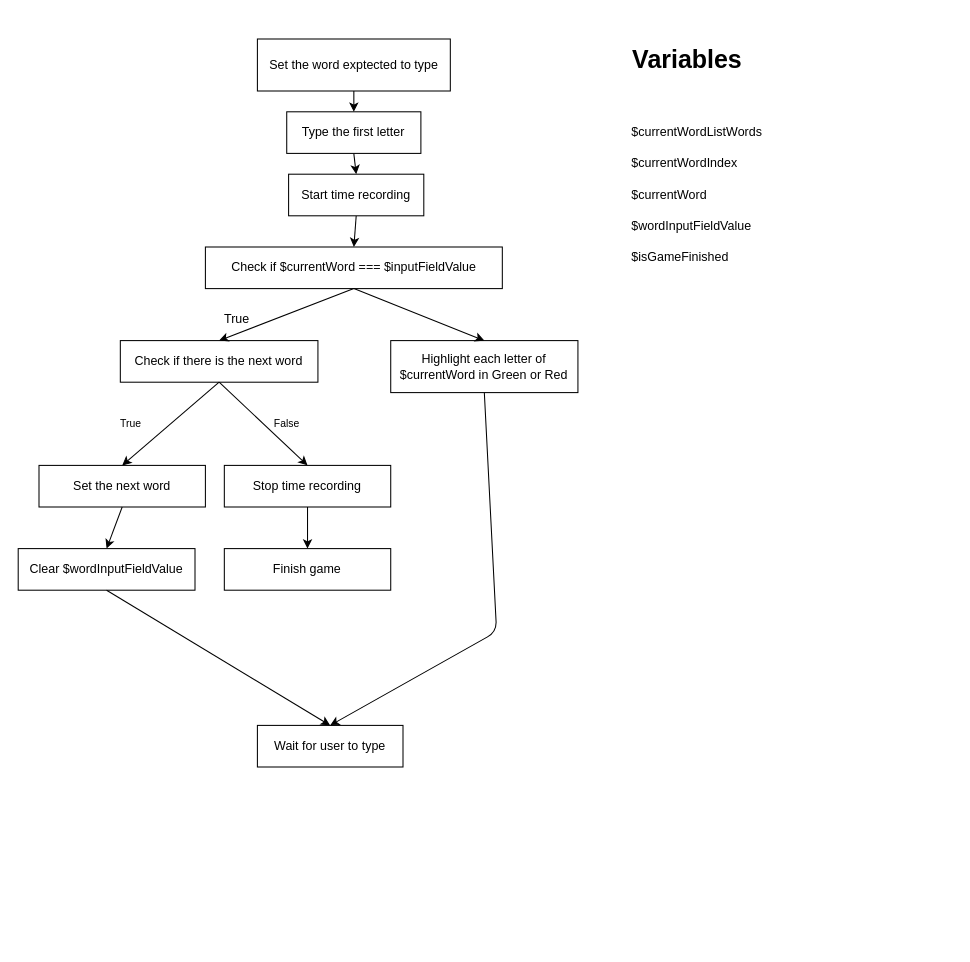
Ryu432DHU/typeit-vue3 keeps this draw.io diagram as Home.vue.drawio. Above is the earlier version. Source tidied: cells renumbered, new cells numbered last; positions are measured from the earlier drawing's top-left corner, leaving out a move shared by most shapes. Both pictures are drawn from the tidied source at 104%, with x=0, y=0 at pixel (18, 38).
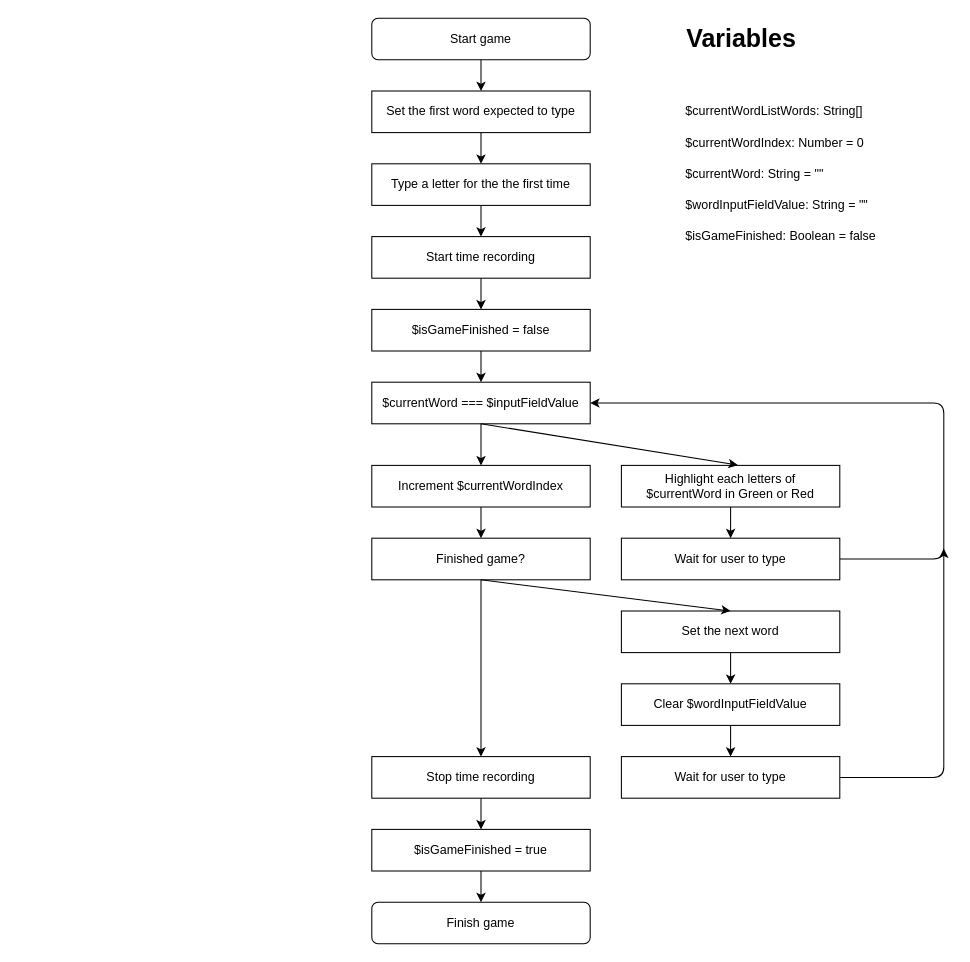
The same page after the edit.

Commit message:
Improve Flowchart

Diff of the diagram source:
```diff
@@
-    <mxCell id="3" value="Type the first letter" style="rounded=0;whiteSpace=wrap;html=1;" parent="1" vertex="1">
-      <mxGeometry x="258.2" y="70" width="129" height="40" as="geometry" />
+    <mxCell id="3" value="Type a letter for the the first time" style="rounded=0;whiteSpace=wrap;html=1;" parent="1" vertex="1">
+      <mxGeometry x="340" y="120" width="210" height="40" as="geometry" />
     </mxCell>
-    <mxCell id="4" style="edgeStyle=none;html=1;exitX=0.5;exitY=1;exitDx=0;exitDy=0;entryX=0.5;entryY=0;entryDx=0;entryDy=0;" parent="1" edge="1" source="5" target="16">
-      <mxGeometry relative="1" as="geometry" />
-    </mxCell>
+    <mxCell id="33" style="edgeStyle=none;html=1;exitX=0.5;exitY=1;exitDx=0;exitDy=0;entryX=0.5;entryY=0;entryDx=0;entryDy=0;" parent="1" edge="1" source="5" target="32">
+      <mxGeometry relative="1" as="geometry" />
+    </mxCell>
-    <mxCell id="5" value="Start time recording" style="rounded=0;whiteSpace=wrap;html=1;" parent="1" vertex="1">
-      <mxGeometry x="260" y="130" width="130" height="40" as="geometry" />
+    <mxCell id="5" value="Start time recording" style="rounded=0;whiteSpace=wrap;html=1;fillColor=none;" parent="1" vertex="1">
+      <mxGeometry x="340" y="190" width="210" height="40" as="geometry" />
     </mxCell>
-    <mxCell id="6" style="edgeStyle=none;html=1;exitX=0.5;exitY=1;exitDx=0;exitDy=0;entryX=0.5;entryY=0;entryDx=0;entryDy=0;" parent="1" edge="1" source="7" target="3">
-      <mxGeometry relative="1" as="geometry" />
-    </mxCell>
-    <mxCell id="7" value="Set the word exptected to type" style="rounded=0;whiteSpace=wrap;html=1;" parent="1" vertex="1">
-      <mxGeometry x="230" width="185.5" height="50" as="geometry" />
-    </mxCell>
     <mxCell id="8" value="Variables" style="text;strokeColor=none;fillColor=none;html=1;fontSize=24;fontStyle=1;verticalAlign=middle;align=center;" parent="1" vertex="1">
-      <mxGeometry x="593.2" width="100" height="40" as="geometry" />
+      <mxGeometry x="645" y="-20" width="100" height="40" as="geometry" />
     </mxCell>
-    <mxCell id="9" value="$currentWordListWords&lt;br&gt;" style="text;html=1;align=left;verticalAlign=middle;strokeColor=none;fillColor=none;" parent="1" vertex="1">
-      <mxGeometry x="588.2" y="80" width="140" height="20" as="geometry" />
+    <mxCell id="9" value="$currentWordListWords: String[]" style="text;html=1;align=left;verticalAlign=middle;strokeColor=none;fillColor=none;" parent="1" vertex="1">
+      <mxGeometry x="640" y="60" width="190" height="20" as="geometry" />
     </mxCell>
-    <mxCell id="10" value="$currentWordIndex" style="text;html=1;align=left;verticalAlign=middle;strokeColor=none;fillColor=none;" parent="1" vertex="1">
-      <mxGeometry x="588.2" y="110" width="120" height="20" as="geometry" />
+    <mxCell id="10" value="$currentWordIndex: Number = 0" style="text;html=1;align=left;verticalAlign=middle;strokeColor=none;fillColor=none;" parent="1" vertex="1">
+      <mxGeometry x="640" y="90" width="190" height="20" as="geometry" />
     </mxCell>
-    <mxCell id="11" value="$currentWord" style="text;html=1;align=left;verticalAlign=middle;strokeColor=none;fillColor=none;" parent="1" vertex="1">
-      <mxGeometry x="588.2" y="140" width="90" height="20" as="geometry" />
+    <mxCell id="11" value="$currentWord: String = &quot;&quot;" style="text;html=1;align=left;verticalAlign=middle;strokeColor=none;fillColor=none;" parent="1" vertex="1">
+      <mxGeometry x="640" y="120" width="150" height="20" as="geometry" />
     </mxCell>
-    <mxCell id="12" value="$wordInputFieldValue" style="text;html=1;align=left;verticalAlign=middle;strokeColor=none;fillColor=none;" parent="1" vertex="1">
-      <mxGeometry x="588.2" y="170" width="130" height="20" as="geometry" />
+    <mxCell id="12" value="$wordInputFieldValue: String = &quot;&quot;" style="text;html=1;align=left;verticalAlign=middle;strokeColor=none;fillColor=none;" parent="1" vertex="1">
+      <mxGeometry x="640" y="150" width="190" height="20" as="geometry" />
     </mxCell>
-    <mxCell id="13" value="$isGameFinished" style="text;html=1;align=left;verticalAlign=middle;strokeColor=none;fillColor=none;" parent="1" vertex="1">
-      <mxGeometry x="588.2" y="200" width="110" height="20" as="geometry" />
+    <mxCell id="13" value="$isGameFinished: Boolean = false" style="text;html=1;align=left;verticalAlign=middle;strokeColor=none;fillColor=none;" parent="1" vertex="1">
+      <mxGeometry x="640" y="180" width="200" height="20" as="geometry" />
     </mxCell>
-    <mxCell id="14" style="edgeStyle=none;html=1;exitX=0.5;exitY=1;exitDx=0;exitDy=0;entryX=0.5;entryY=0;entryDx=0;entryDy=0;fontSize=10;" parent="1" edge="1" source="16" target="21">
+    <mxCell id="14" style="edgeStyle=none;html=1;exitX=0.5;exitY=1;exitDx=0;exitDy=0;entryX=0.5;entryY=0;entryDx=0;entryDy=0;" parent="1" edge="1" source="16" target="21">
       <mxGeometry relative="1" as="geometry" />
     </mxCell>
-    <mxCell id="15" style="edgeStyle=none;html=1;exitX=0.5;exitY=1;exitDx=0;exitDy=0;entryX=0.5;entryY=0;entryDx=0;entryDy=0;fontSize=12;" parent="1" edge="1" source="16" target="18">
+    <mxCell id="15" style="edgeStyle=none;html=1;exitX=0.5;exitY=1;exitDx=0;exitDy=0;entryX=0.533;entryY=-0.008;entryDx=0;entryDy=0;entryPerimeter=0;" parent="1" edge="1" source="16" target="18">
       <mxGeometry relative="1" as="geometry" />
     </mxCell>
-    <mxCell id="16" value="Check if $currentWord === $inputFieldValue" style="rounded=0;whiteSpace=wrap;html=1;fillColor=none;" parent="1" vertex="1">
-      <mxGeometry x="180" y="200" width="285.5" height="40" as="geometry" />
+    <mxCell id="16" value="$currentWord === $inputFieldValue" style="rounded=0;whiteSpace=wrap;html=1;fillColor=none;" parent="1" vertex="1">
+      <mxGeometry x="340" y="330" width="210" height="40" as="geometry" />
     </mxCell>
     <mxCell id="17" style="edgeStyle=none;html=1;exitX=0.5;exitY=1;exitDx=0;exitDy=0;entryX=0.5;entryY=0;entryDx=0;entryDy=0;" parent="1" edge="1" source="18" target="29">
-      <mxGeometry relative="1" as="geometry">
-        <Array as="points">
-          <mxPoint x="460" y="570" />
-        </Array>
-      </mxGeometry>
+      <mxGeometry relative="1" as="geometry" />
     </mxCell>
-    <mxCell id="18" value="&lt;font style=&quot;font-size: 12px&quot;&gt;Highlight each letter of &lt;br&gt;$currentWord in Green or Red&lt;/font&gt;" style="rounded=0;whiteSpace=wrap;html=1;fillColor=none;" parent="1" vertex="1">
-      <mxGeometry x="358.2" y="290" width="180" height="50" as="geometry" />
+    <mxCell id="18" value="&lt;font style=&quot;font-size: 12px&quot;&gt;Highlight each letters of &lt;br&gt;$currentWord in Green or Red&lt;/font&gt;" style="rounded=0;whiteSpace=wrap;html=1;fillColor=none;" parent="1" vertex="1">
+      <mxGeometry x="580" y="410" width="210" height="40" as="geometry" />
     </mxCell>
-    <mxCell id="19" style="edgeStyle=none;html=1;exitX=0.5;exitY=1;exitDx=0;exitDy=0;entryX=0.5;entryY=0;entryDx=0;entryDy=0;fontSize=10;" parent="1" edge="1" source="21" target="23">
-      <mxGeometry relative="1" as="geometry" />
-    </mxCell>
-    <mxCell id="20" style="edgeStyle=none;html=1;exitX=0.5;exitY=1;exitDx=0;exitDy=0;entryX=0.5;entryY=0;entryDx=0;entryDy=0;fontSize=10;" parent="1" edge="1" source="21" target="26">
-      <mxGeometry relative="1" as="geometry" />
-    </mxCell>
+    <mxCell id="34" style="edgeStyle=none;html=1;exitX=0.5;exitY=1;exitDx=0;exitDy=0;entryX=0.5;entryY=0;entryDx=0;entryDy=0;" parent="1" edge="1" source="21" target="43">
+      <mxGeometry relative="1" as="geometry" />
+    </mxCell>
-    <mxCell id="21" value="&lt;font style=&quot;font-size: 12px&quot;&gt;Check if there is the next word&lt;/font&gt;" style="whiteSpace=wrap;html=1;fontSize=10;fillColor=none;glass=0;spacingTop=0;spacingLeft=0;labelBorderColor=none;spacing=0;" parent="1" vertex="1">
-      <mxGeometry x="98.2" y="290" width="190" height="40" as="geometry" />
+    <mxCell id="21" value="&lt;span style=&quot;font-size: 12px&quot;&gt;Increment $currentWordIndex&lt;/span&gt;" style="whiteSpace=wrap;html=1;fontSize=10;fillColor=none;glass=0;spacingTop=0;spacingLeft=0;labelBorderColor=none;spacing=0;" parent="1" vertex="1">
+      <mxGeometry x="340" y="410" width="210" height="40" as="geometry" />
     </mxCell>
-    <mxCell id="22" style="edgeStyle=none;html=1;exitX=0.5;exitY=1;exitDx=0;exitDy=0;entryX=0.5;entryY=0;entryDx=0;entryDy=0;fontSize=12;" parent="1" edge="1" source="23" target="31">
+    <mxCell id="22" style="edgeStyle=none;html=1;exitX=0.5;exitY=1;exitDx=0;exitDy=0;entryX=0.5;entryY=0;entryDx=0;entryDy=0;" parent="1" edge="1" source="23" target="31">
       <mxGeometry relative="1" as="geometry" />
     </mxCell>
     <mxCell id="23" value="Set the next word" style="whiteSpace=wrap;html=1;fontSize=12;fillColor=none;glass=0;spacingTop=0;spacingLeft=0;labelBorderColor=none;spacing=0;" parent="1" vertex="1">
-      <mxGeometry x="20" y="410" width="160" height="40" as="geometry" />
+      <mxGeometry x="580" y="550" width="210" height="40" as="geometry" />
     </mxCell>
+    <mxCell id="35" style="edgeStyle=none;html=1;exitX=0.5;exitY=1;exitDx=0;exitDy=0;entryX=0.5;entryY=0;entryDx=0;entryDy=0;" parent="1" edge="1" source="26" target="45">
+      <mxGeometry relative="1" as="geometry" />
+    </mxCell>
+    <mxCell id="26" value="Stop time recording" style="whiteSpace=wrap;html=1;fontSize=12;fillColor=none;glass=0;spacingTop=0;spacingLeft=0;labelBorderColor=none;spacing=0;" parent="1" vertex="1">
+      <mxGeometry x="340" y="690" width="210" height="40" as="geometry" />
+    </mxCell>
+    <mxCell id="36" style="edgeStyle=none;html=1;exitX=1;exitY=0.5;exitDx=0;exitDy=0;entryX=1;entryY=0.5;entryDx=0;entryDy=0;" parent="1" edge="1" source="29" target="16">
+      <mxGeometry relative="1" as="geometry">
+        <Array as="points">
+          <mxPoint x="890" y="500" />
+          <mxPoint x="890" y="350" />
+        </Array>
+      </mxGeometry>
+    </mxCell>
+    <mxCell id="29" value="Wait for user to type" style="whiteSpace=wrap;html=1;glass=0;labelBackgroundColor=none;labelBorderColor=none;fontSize=12;fillColor=none;" parent="1" vertex="1">
+      <mxGeometry x="580" y="480" width="210" height="40" as="geometry" />
+    </mxCell>
+    <mxCell id="37" style="edgeStyle=none;html=1;exitX=0.5;exitY=1;exitDx=0;exitDy=0;entryX=0.5;entryY=0;entryDx=0;entryDy=0;" parent="1" edge="1" source="31" target="40">
+      <mxGeometry relative="1" as="geometry" />
+    </mxCell>
+    <mxCell id="31" value="Clear $wordInputFieldValue" style="whiteSpace=wrap;html=1;glass=0;labelBackgroundColor=none;labelBorderColor=none;fontSize=12;fillColor=none;" parent="1" vertex="1">
+      <mxGeometry x="580" y="620" width="210" height="40" as="geometry" />
+    </mxCell>
+    <mxCell id="38" style="edgeStyle=none;html=1;exitX=0.5;exitY=1;exitDx=0;exitDy=0;entryX=0.5;entryY=0;entryDx=0;entryDy=0;" parent="1" edge="1" source="32" target="16">
+      <mxGeometry relative="1" as="geometry" />
+    </mxCell>
+    <mxCell id="32" value="$isGameFinished = false" style="rounded=0;whiteSpace=wrap;html=1;fillColor=none;" parent="1" vertex="1">
+      <mxGeometry x="340" y="260" width="210" height="40" as="geometry" />
+    </mxCell>
-    <mxCell id="24" value="Finish game" style="whiteSpace=wrap;html=1;fontSize=12;fillColor=none;glass=0;spacingTop=0;spacingLeft=0;labelBorderColor=none;spacing=0;" parent="1" vertex="1">
-      <mxGeometry x="198.2" y="490" width="160" height="40" as="geometry" />
+    <mxCell id="24" value="Finish game" style="rounded=1;whiteSpace=wrap;html=1;fillColor=none;" parent="1" vertex="1">
+      <mxGeometry x="340" y="830" width="210" height="40" as="geometry" />
     </mxCell>
-    <mxCell id="25" style="edgeStyle=none;html=1;exitX=0.5;exitY=1;exitDx=0;exitDy=0;entryX=0.5;entryY=0;entryDx=0;entryDy=0;fontSize=10;" parent="1" edge="1" source="26" target="24">
-      <mxGeometry relative="1" as="geometry" />
-    </mxCell>
-    <mxCell id="26" value="Stop time recording" style="whiteSpace=wrap;html=1;fontSize=12;fillColor=none;glass=0;spacingTop=0;spacingLeft=0;labelBorderColor=none;spacing=0;" parent="1" vertex="1">
-      <mxGeometry x="198.2" y="410" width="160" height="40" as="geometry" />
-    </mxCell>
-    <mxCell id="27" value="True" style="text;html=1;align=center;verticalAlign=middle;strokeColor=none;fillColor=none;fontSize=10;" parent="1" vertex="1">
-      <mxGeometry x="88.2" y="360" width="40" height="20" as="geometry" />
-    </mxCell>
-    <mxCell id="28" value="False" style="text;html=1;align=center;verticalAlign=middle;strokeColor=none;fillColor=none;fontSize=10;" parent="1" vertex="1">
-      <mxGeometry x="238.2" y="360" width="40" height="20" as="geometry" />
-    </mxCell>
-    <mxCell id="29" value="Wait for user to type" style="whiteSpace=wrap;html=1;glass=0;labelBackgroundColor=none;labelBorderColor=none;fontSize=12;fillColor=none;" parent="1" vertex="1">
-      <mxGeometry x="230" y="660" width="140" height="40" as="geometry" />
-    </mxCell>
-    <mxCell id="30" style="edgeStyle=none;html=1;exitX=0.5;exitY=1;exitDx=0;exitDy=0;entryX=0.5;entryY=0;entryDx=0;entryDy=0;fontSize=12;" parent="1" edge="1" source="31" target="29">
-      <mxGeometry relative="1" as="geometry" />
-    </mxCell>
-    <mxCell id="31" value="Clear $wordInputFieldValue" style="whiteSpace=wrap;html=1;glass=0;labelBackgroundColor=none;labelBorderColor=none;fontSize=12;fillColor=none;" parent="1" vertex="1">
-      <mxGeometry y="490" width="170" height="40" as="geometry" />
-    </mxCell>
-    <mxCell id="32" value="True" style="text;html=1;align=center;verticalAlign=middle;points=[];strokeColor=none;fillColor=none;fontSize=12;" parent="1" vertex="1">
-      <mxGeometry x="190" y="260" width="40" height="20" as="geometry" />
-    </mxCell>
+    <mxCell id="39" style="edgeStyle=none;html=1;exitX=1;exitY=0.5;exitDx=0;exitDy=0;" parent="1" edge="1" source="40">
+      <mxGeometry relative="1" as="geometry">
+        <mxPoint x="890" y="490" as="targetPoint" />
+        <Array as="points">
+          <mxPoint x="890" y="710" />
+        </Array>
+      </mxGeometry>
+    </mxCell>
+    <mxCell id="40" value="Wait for user to type" style="whiteSpace=wrap;html=1;glass=0;labelBackgroundColor=none;labelBorderColor=none;fontSize=12;fillColor=none;" parent="1" vertex="1">
+      <mxGeometry x="580" y="690" width="210" height="40" as="geometry" />
+    </mxCell>
+    <mxCell id="41" style="edgeStyle=none;html=1;exitX=0.5;exitY=1;exitDx=0;exitDy=0;entryX=0.5;entryY=0;entryDx=0;entryDy=0;" parent="1" edge="1" source="43" target="26">
+      <mxGeometry relative="1" as="geometry" />
+    </mxCell>
+    <mxCell id="42" style="edgeStyle=none;html=1;exitX=0.5;exitY=1;exitDx=0;exitDy=0;entryX=0.5;entryY=0;entryDx=0;entryDy=0;" parent="1" edge="1" source="43" target="23">
+      <mxGeometry relative="1" as="geometry" />
+    </mxCell>
+    <mxCell id="43" value="&lt;span style=&quot;font-size: 12px&quot;&gt;Finished game?&lt;/span&gt;" style="whiteSpace=wrap;html=1;fontSize=10;fillColor=none;glass=0;spacingTop=0;spacingLeft=0;labelBorderColor=none;spacing=0;" parent="1" vertex="1">
+      <mxGeometry x="340" y="480" width="210" height="40" as="geometry" />
+    </mxCell>
+    <mxCell id="44" style="edgeStyle=none;html=1;exitX=0.5;exitY=1;exitDx=0;exitDy=0;entryX=0.5;entryY=0;entryDx=0;entryDy=0;" parent="1" edge="1" source="45" target="24">
+      <mxGeometry relative="1" as="geometry" />
+    </mxCell>
+    <mxCell id="45" value="$isGameFinished = true" style="whiteSpace=wrap;html=1;fontSize=12;fillColor=none;glass=0;spacingTop=0;spacingLeft=0;labelBorderColor=none;spacing=0;" parent="1" vertex="1">
+      <mxGeometry x="340" y="760" width="210" height="40" as="geometry" />
+    </mxCell>
+    <mxCell id="46" style="edgeStyle=none;html=1;exitX=0.5;exitY=1;exitDx=0;exitDy=0;entryX=0.5;entryY=0;entryDx=0;entryDy=0;" parent="1" edge="1" source="47" target="49">
+      <mxGeometry relative="1" as="geometry" />
+    </mxCell>
+    <mxCell id="47" value="Start game" style="rounded=1;whiteSpace=wrap;html=1;fillColor=none;" parent="1" vertex="1">
+      <mxGeometry x="340" y="-20" width="210" height="40" as="geometry" />
+    </mxCell>
+    <mxCell id="48" style="edgeStyle=none;html=1;exitX=0.5;exitY=1;exitDx=0;exitDy=0;entryX=0.5;entryY=0;entryDx=0;entryDy=0;" parent="1" edge="1" source="49" target="3">
+      <mxGeometry relative="1" as="geometry" />
+    </mxCell>
+    <mxCell id="49" value="Set the first word expected to type" style="rounded=0;whiteSpace=wrap;html=1;" parent="1" vertex="1">
+      <mxGeometry x="340" y="50" width="210" height="40" as="geometry" />
+    </mxCell>
```
